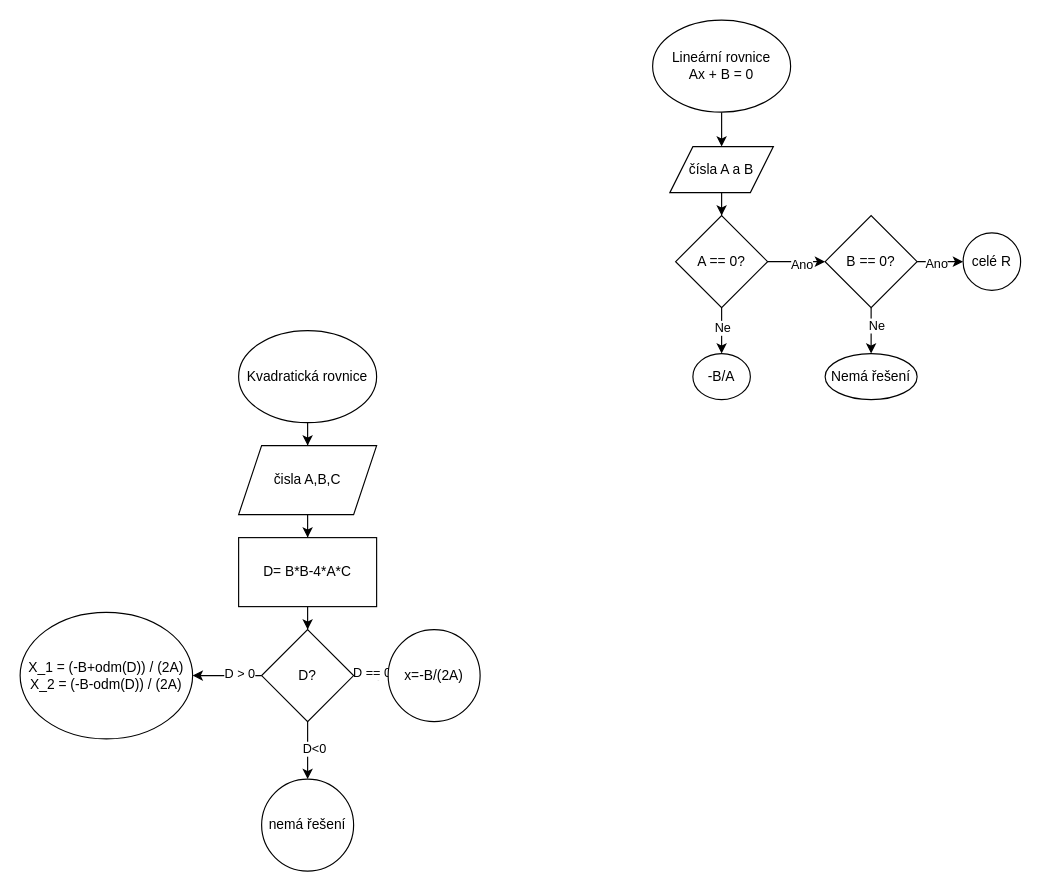
This is 2023_IT/Algoritmy_VD/linearni_a_kvadraticka_rce.drawio from JaroslavHolecek/SPS_for_students, a draw.io file, before an edit. Source tidied: cells renumbered, new cells numbered last; positions are measured from the earlier drawing's top-left corner, leaving out a move shared by most shapes. Both pictures are drawn from the tidied source at 115%, with x=0, y=0 at pixel (20, 20).
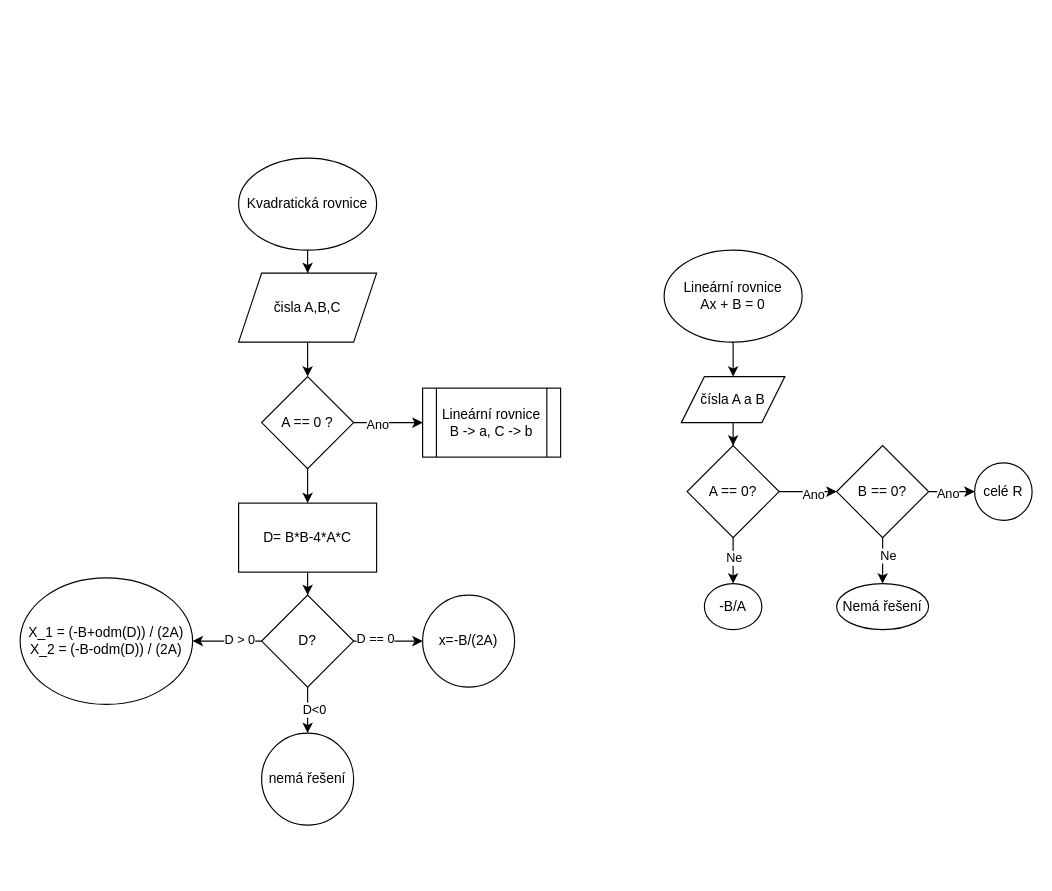
The same diagram, later.

Diff of the diagram source:
```diff
@@
     <mxCell id="3" value="Lineární rovnice&lt;br&gt;Ax + B = 0" style="ellipse;whiteSpace=wrap;html=1;" parent="1" vertex="1">
-      <mxGeometry x="550" width="120" height="80" as="geometry" />
+      <mxGeometry x="560" y="200" width="120" height="80" as="geometry" />
     </mxCell>
@@
     <mxCell id="5" value="čísla A a B" style="shape=parallelogram;perimeter=parallelogramPerimeter;whiteSpace=wrap;html=1;fixedSize=1;" parent="1" vertex="1">
-      <mxGeometry x="565" y="110" width="90" height="40" as="geometry" />
+      <mxGeometry x="575" y="310" width="90" height="40" as="geometry" />
     </mxCell>
@@
     <mxCell id="10" value="A == 0?" style="rhombus;whiteSpace=wrap;html=1;" parent="1" vertex="1">
-      <mxGeometry x="570" y="170" width="80" height="80" as="geometry" />
+      <mxGeometry x="580" y="370" width="80" height="80" as="geometry" />
     </mxCell>
@@
     <mxCell id="15" value="B == 0?" style="rhombus;whiteSpace=wrap;html=1;direction=south;" parent="1" vertex="1">
-      <mxGeometry x="700" y="170" width="80" height="80" as="geometry" />
+      <mxGeometry x="710" y="370" width="80" height="80" as="geometry" />
     </mxCell>
     <mxCell id="16" value="Nemá řešení" style="ellipse;whiteSpace=wrap;html=1;" parent="1" vertex="1">
-      <mxGeometry x="700" y="290" width="80" height="40" as="geometry" />
+      <mxGeometry x="710" y="490" width="80" height="40" as="geometry" />
     </mxCell>
     <mxCell id="17" value="-B/A" style="ellipse;whiteSpace=wrap;html=1;" parent="1" vertex="1">
-      <mxGeometry x="585" y="290" width="50" height="40" as="geometry" />
+      <mxGeometry x="595" y="490" width="50" height="40" as="geometry" />
     </mxCell>
     <mxCell id="18" value="celé R" style="ellipse;whiteSpace=wrap;html=1;" parent="1" vertex="1">
-      <mxGeometry x="820" y="185" width="50" height="50" as="geometry" />
+      <mxGeometry x="830" y="385" width="50" height="50" as="geometry" />
     </mxCell>
@@
     <mxCell id="20" value="Kvadratická rovnice&lt;br&gt;" style="ellipse;whiteSpace=wrap;html=1;" parent="1" vertex="1">
-      <mxGeometry x="190" y="270" width="120" height="80" as="geometry" />
+      <mxGeometry x="190" y="120" width="120" height="80" as="geometry" />
     </mxCell>
-    <mxCell id="21" style="edgeStyle=orthogonalEdgeStyle;rounded=0;jettySize=auto;html=1;" parent="1" edge="1" source="22" target="24">
-      <mxGeometry relative="1" as="geometry" />
-    </mxCell>
+    <mxCell id="35" style="edgeStyle=orthogonalEdgeStyle;rounded=0;jettySize=auto;html=1;" parent="1" edge="1" source="22" target="39">
+      <mxGeometry relative="1" as="geometry" />
+    </mxCell>
     <mxCell id="22" value="čisla A,B,C" style="shape=parallelogram;perimeter=parallelogramPerimeter;whiteSpace=wrap;html=1;fixedSize=1;" parent="1" vertex="1">
-      <mxGeometry x="190" y="370" width="120" height="60" as="geometry" />
+      <mxGeometry x="190" y="220" width="120" height="60" as="geometry" />
     </mxCell>
@@
     <mxCell id="24" value="D= B*B-4*A*C" style="whiteSpace=wrap;html=1;" parent="1" vertex="1">
-      <mxGeometry x="190" y="450" width="120" height="60" as="geometry" />
+      <mxGeometry x="190" y="420" width="120" height="60" as="geometry" />
     </mxCell>
@@
     <mxCell id="31" value="D?" style="rhombus;whiteSpace=wrap;html=1;" parent="1" vertex="1">
-      <mxGeometry x="210" y="530" width="80" height="80" as="geometry" />
+      <mxGeometry x="210" y="500" width="80" height="80" as="geometry" />
     </mxCell>
     <mxCell id="32" value="nemá řešení" style="ellipse;whiteSpace=wrap;html=1;" parent="1" vertex="1">
-      <mxGeometry x="210" y="660" width="80" height="80" as="geometry" />
+      <mxGeometry x="210" y="620" width="80" height="80" as="geometry" />
     </mxCell>
     <mxCell id="33" value="x=-B/(2A)" style="ellipse;whiteSpace=wrap;html=1;" parent="1" vertex="1">
-      <mxGeometry x="320" y="530" width="80" height="80" as="geometry" />
+      <mxGeometry x="350" y="500" width="80" height="80" as="geometry" />
     </mxCell>
     <mxCell id="34" value="X_1 = (-B+odm(D)) / (2A)&lt;br&gt;X_2 = (-B-odm(D)) / (2A)" style="ellipse;whiteSpace=wrap;html=1;" parent="1" vertex="1">
-      <mxGeometry y="515" width="150" height="110" as="geometry" />
+      <mxGeometry y="485" width="150" height="110" as="geometry" />
     </mxCell>
+    <mxCell id="36" style="edgeStyle=orthogonalEdgeStyle;rounded=0;jettySize=auto;html=1;" parent="1" edge="1" source="39" target="40">
+      <mxGeometry relative="1" as="geometry" />
+    </mxCell>
+    <mxCell id="37" value="Ano" style="edgeLabel;html=1;align=center;verticalAlign=middle;" parent="36" vertex="1">
+      <mxGeometry x="-0.32" y="-1" relative="1" as="geometry" />
+    </mxCell>
+    <mxCell id="38" style="edgeStyle=orthogonalEdgeStyle;rounded=0;jettySize=auto;html=1;" parent="1" edge="1" source="39" target="24">
+      <mxGeometry relative="1" as="geometry" />
+    </mxCell>
+    <mxCell id="39" value="A == 0 ?" style="rhombus;whiteSpace=wrap;html=1;" parent="1" vertex="1">
+      <mxGeometry x="210" y="310" width="80" height="80" as="geometry" />
+    </mxCell>
+    <mxCell id="40" value="Lineární rovnice B -&amp;gt; a, C -&amp;gt; b" style="shape=process;whiteSpace=wrap;html=1;backgroundOutline=1;" parent="1" vertex="1">
+      <mxGeometry x="350" y="320" width="120" height="60" as="geometry" />
+    </mxCell>
```
